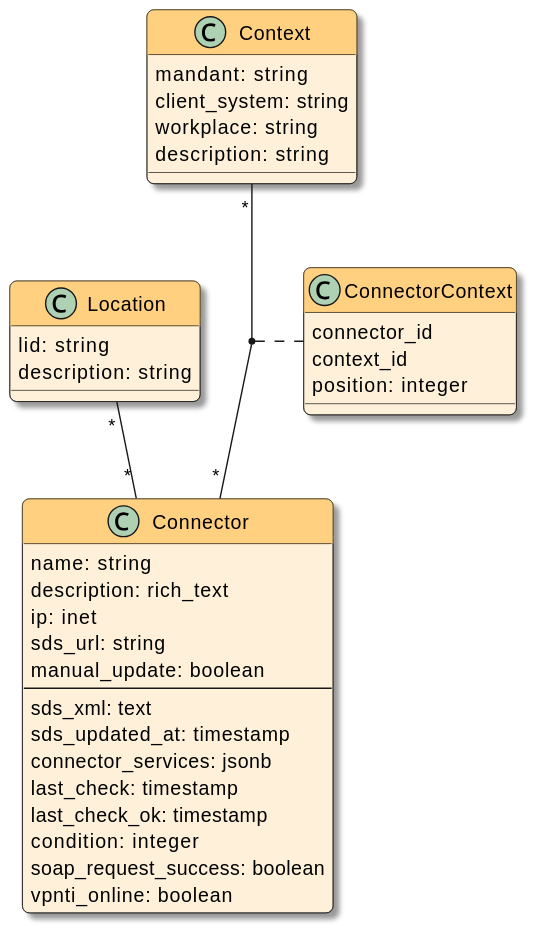
This is docsrc/devnotes/modules/ROOT/images/models.svg from swobspace/cocard, a PlantUML export, as it was before one commit.
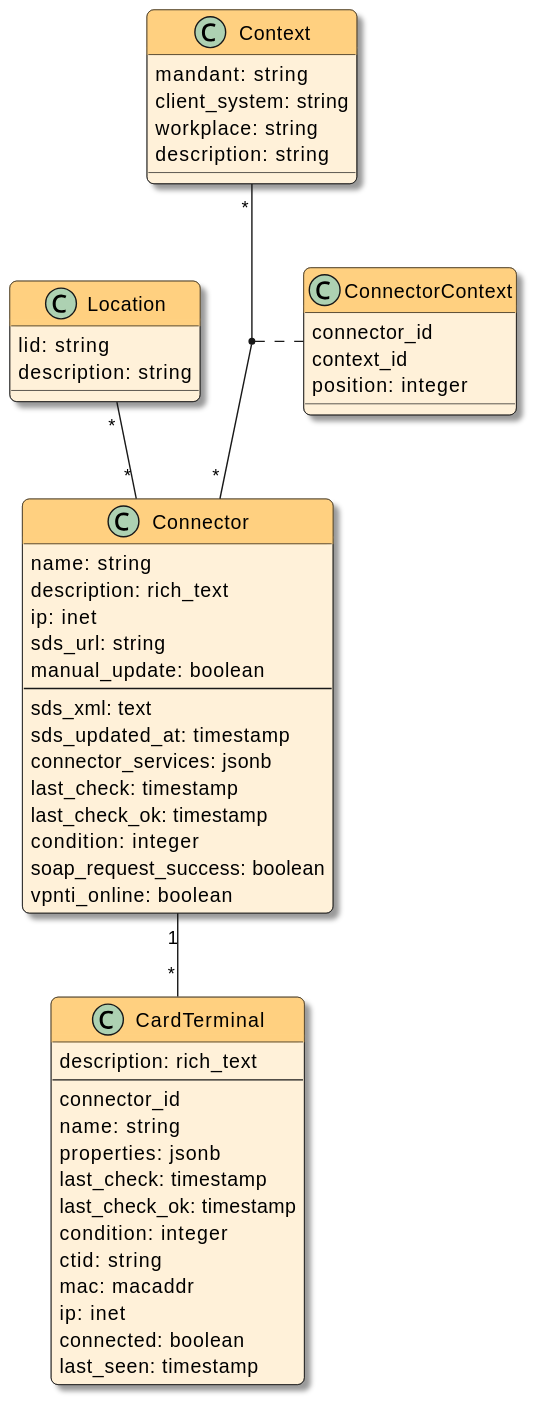
The same diagram one commit later.

Commit message:
preparing for CardTerminal

What changed in the source:
```diff
@@ -20,6 +20,22 @@
   vpnti_online: boolean
 }
 
+class CardTerminal {
+  description: rich_text
+  --
+  connector_id
+  name: string
+  properties: jsonb
+  last_check: timestamp
+  last_check_ok: timestamp
+  condition: integer
+  ctid: string
+  mac: macaddr
+  ip: inet
+  connected: boolean
+  last_seen: timestamp
+}
+
 class Location {
   lid: string
   description: string
@@ -38,8 +54,10 @@
   position: integer
 }
 
+
 Location "*" -- "*" Connector
 Context "*" -- "*" Connector
+Connector "1" -- "*" CardTerminal
 
 (Connector, Context) .. ConnectorContext
 @enduml
```
